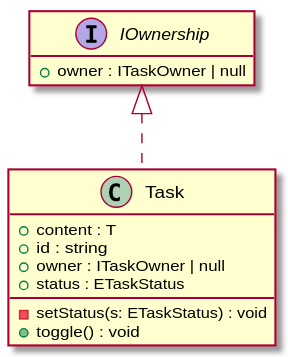
dreambo8563/todo-core keeps this PlantUML diagram as docs/assets/images/IOwnership-umlClassDiagram-46.svg. Above is the earlier version. Its source is kept beside it as docs/assets/images/IOwnership-umlClassDiagram-46.puml.
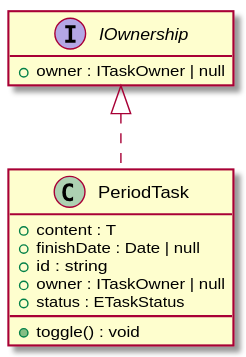
Above is the later version.

The edit, as a diff of the source:
```diff
@@ -4,13 +4,13 @@
 interface "IOwnership" {
     +owner : ITaskOwner | null
 }
-class "Task" {
+class "PeriodTask" {
     +content : T
+    +finishDate : Date | null
     +id : string
     +owner : ITaskOwner | null
     +status : ETaskStatus
-    -setStatus(s: ETaskStatus) : void
     +toggle() : void
 }
-"IOwnership" <|.. "Task"
+"IOwnership" <|.. "PeriodTask"
 @enduml
```
